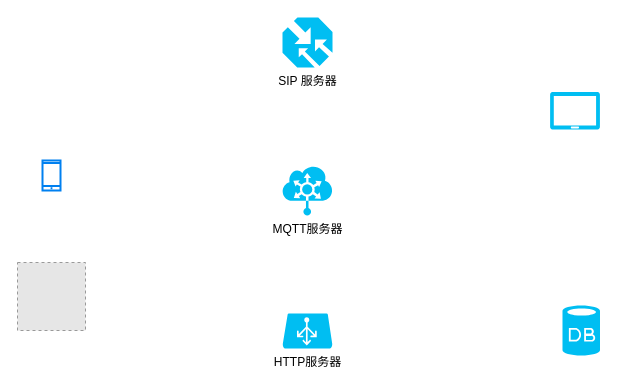
Earlier version of the draw.io diagram smartdoor.drawio (jeffmacn/myjava). Source tidied: cells renumbered, new cells numbered last; positions are measured from the earlier drawing's top-left corner, leaving out a move shared by most shapes. Both pictures are drawn from the tidied source at 100%, with x=0, y=0 at pixel (17, 17). Pictures stored in the file or linked from it are replaced by grey dashed boxes.
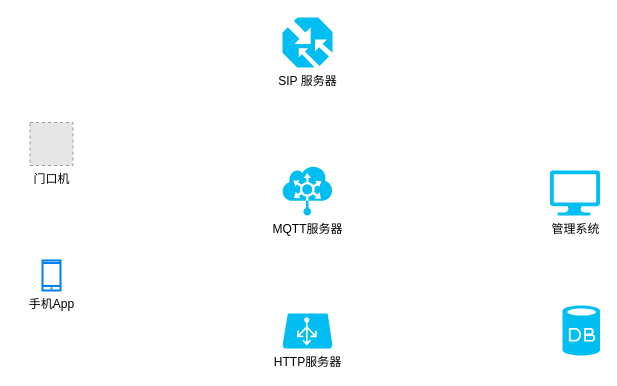
The same page after the edit.

What changed in the source:
```diff
@@
 <mxGraphModel>
   <root>
     <mxCell id="0" />
     <mxCell id="1" parent="0" />
-    <mxCell id="2" style="fillColor=#E6E6E6;strokeColor=#999999;dashed=1;html=1;verticalAlign=top;verticalLabelPosition=bottom;labelBackgroundColor=#ffffff;" parent="1" vertex="1">
-      <mxGeometry y="245" width="68" height="68" as="geometry" />
+    <mxCell id="2" value="门口机" style="fillColor=#E6E6E6;strokeColor=#999999;dashed=1;html=1;verticalAlign=top;verticalLabelPosition=bottom;labelBackgroundColor=#ffffff;" parent="1" vertex="1">
+      <mxGeometry x="12.5" y="105" width="43" height="43" as="geometry" />
     </mxCell>
-    <mxCell id="3" style="html=1;verticalLabelPosition=bottom;align=center;labelBackgroundColor=#ffffff;verticalAlign=top;strokeWidth=2;strokeColor=#0080F0;fillColor=#ffffff;shadow=0;dashed=0;shape=mxgraph.ios7.icons.smartphone;" parent="1" vertex="1">
-      <mxGeometry x="25" y="143" width="18" height="30" as="geometry" />
+    <mxCell id="3" value="手机App" style="html=1;verticalLabelPosition=bottom;align=center;labelBackgroundColor=#ffffff;verticalAlign=top;strokeWidth=2;strokeColor=#0080F0;fillColor=#ffffff;shadow=0;dashed=0;shape=mxgraph.ios7.icons.smartphone;" parent="1" vertex="1">
+      <mxGeometry x="25" y="243" width="18" height="30" as="geometry" />
     </mxCell>
     <mxCell id="4" style="verticalLabelPosition=bottom;html=1;verticalAlign=top;align=center;strokeColor=none;fillColor=#00BEF2;shape=mxgraph.azure.database;" parent="1" vertex="1">
       <mxGeometry x="545" y="288" width="37.5" height="50" as="geometry" />
     </mxCell>
-    <mxCell id="5" style="verticalLabelPosition=bottom;html=1;verticalAlign=top;align=center;strokeColor=none;fillColor=#00BEF2;shape=mxgraph.azure.tablet;" parent="1" vertex="1">
-      <mxGeometry x="532.5" y="74.5" width="50" height="37.5" as="geometry" />
-    </mxCell>
     <mxCell id="6" value="SIP 服务器" style="verticalLabelPosition=bottom;html=1;verticalAlign=top;align=center;strokeColor=none;fillColor=#00BEF2;shape=mxgraph.azure.traffic_manager;" parent="1" vertex="1">
       <mxGeometry x="265" width="50" height="50" as="geometry" />
     </mxCell>
     <mxCell id="7" value="HTTP服务器" style="verticalLabelPosition=bottom;html=1;verticalAlign=top;align=center;strokeColor=none;fillColor=#00BEF2;shape=mxgraph.azure.azure_load_balancer;" parent="1" vertex="1">
       <mxGeometry x="265" y="296" width="50" height="35" as="geometry" />
     </mxCell>
     <mxCell id="8" value="MQTT服务器" style="verticalLabelPosition=bottom;html=1;verticalAlign=top;align=center;strokeColor=none;fillColor=#00BEF2;shape=mxgraph.azure.biztalk_services;" parent="1" vertex="1">
       <mxGeometry x="265" y="148" width="50" height="50" as="geometry" />
     </mxCell>
+    <mxCell id="9" value="管理系统" style="verticalLabelPosition=bottom;html=1;verticalAlign=top;align=center;strokeColor=none;fillColor=#00BEF2;shape=mxgraph.azure.computer;" parent="1" vertex="1">
+      <mxGeometry x="532.5" y="153" width="50" height="45" as="geometry" />
+    </mxCell>
   </root>
 </mxGraphModel>
```
